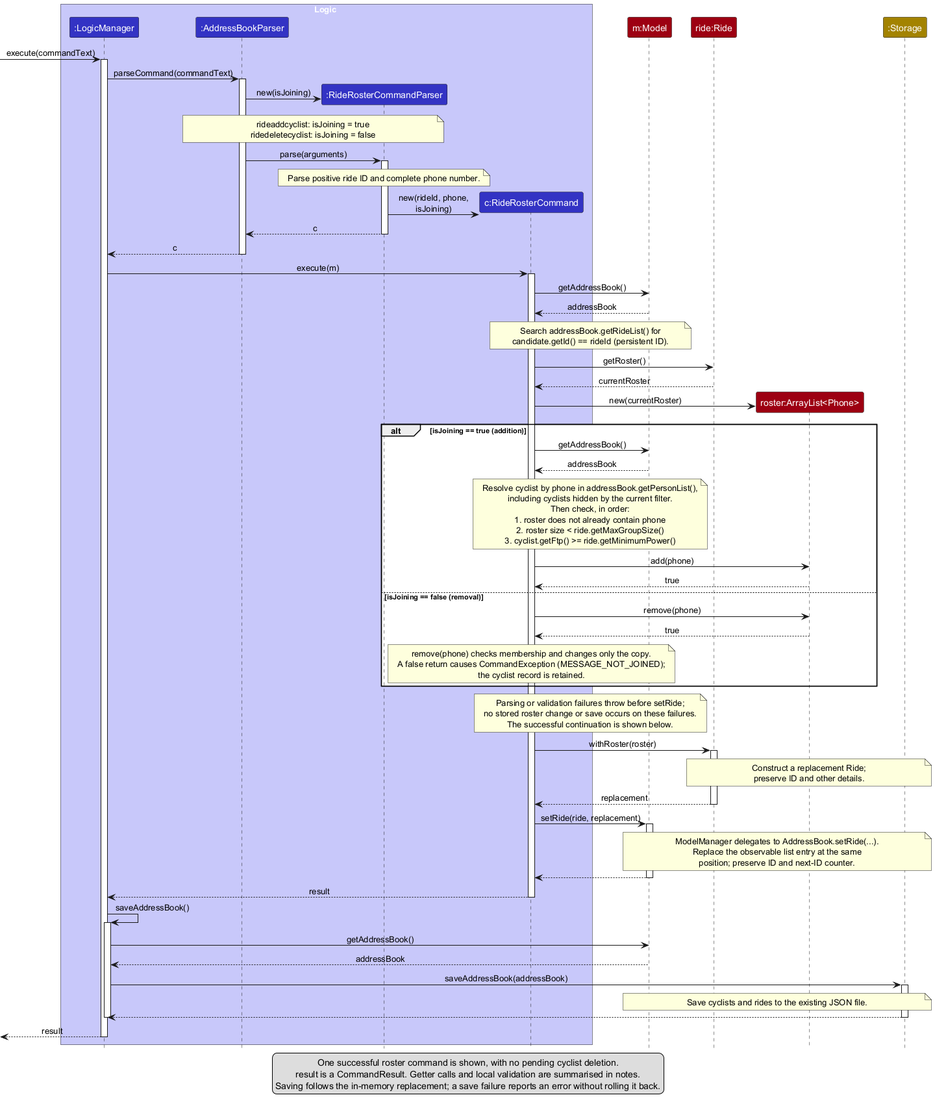
Above: docs/images/RideRosterSequenceDiagram.png in AY2627S1-CS2103T-W11-1/tp (PlantUML), before the change.
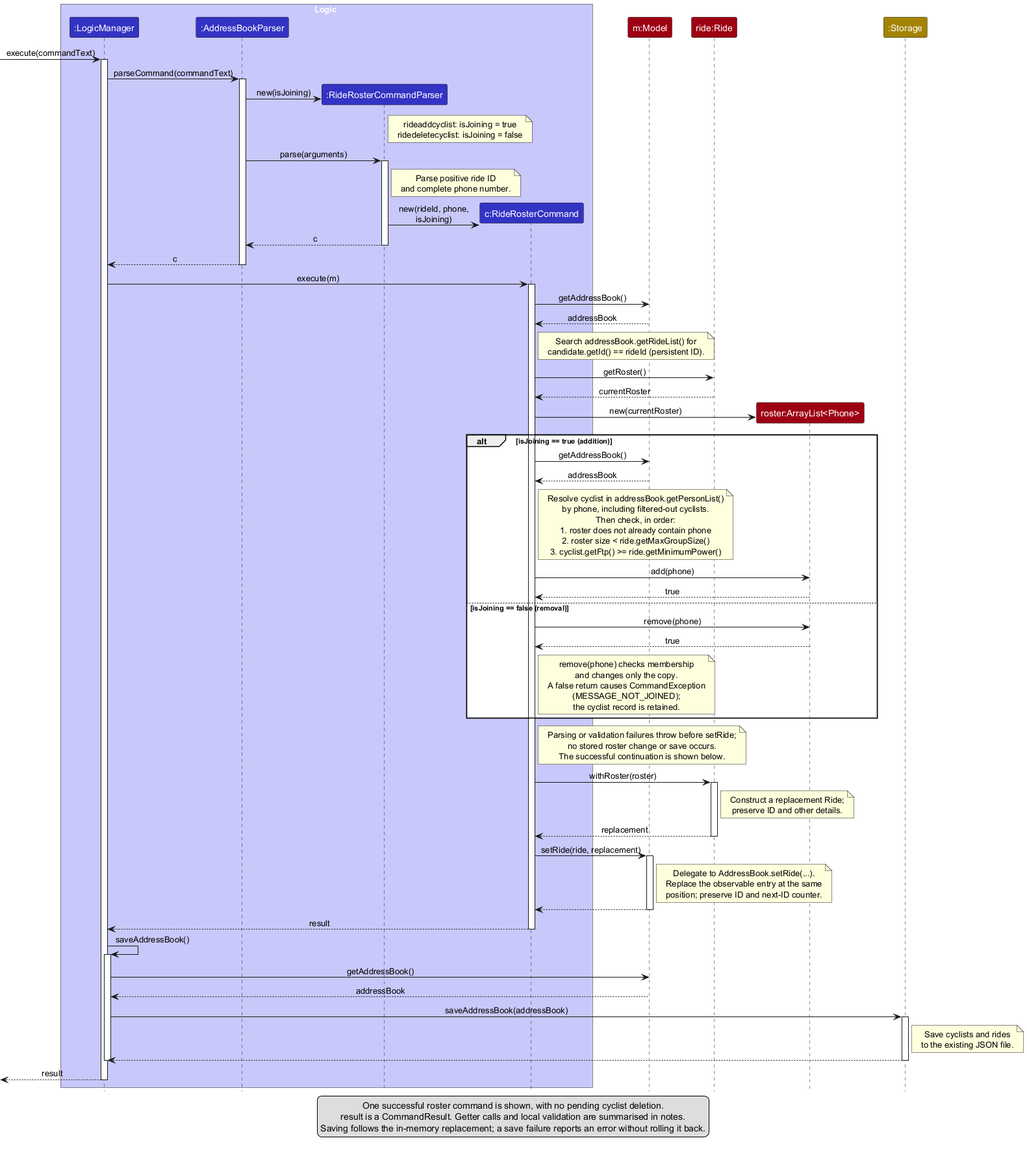
The same diagram one commit later.

Commit message:
Move roster diagram notes beside lifelines

Notes overlap activation bars and obscure the sequence diagram.

Place notes beside the relevant lifelines and shorten their lines
so the execution bars remain visible. Regenerate the diagram image.

Diff of the diagram source:
```diff
@@ -21,13 +21,13 @@
 activate Parser
 create RosterParser
 Parser -> RosterParser : new(isJoining)
-note over Parser, RosterParser
+note right of RosterParser
   rideaddcyclist: isJoining = true
   ridedeletecyclist: isJoining = false
 end note
 Parser -> RosterParser : parse(arguments)
 activate RosterParser
-note over RosterParser : Parse positive ride ID and complete phone number.
+note right of RosterParser : Parse positive ride ID\nand complete phone number.
 create Command
 RosterParser -> Command : new(rideId, phone, isJoining)
 RosterParser --> Parser : c
@@ -39,7 +39,7 @@
 activate Command
 Command -> Model : getAddressBook()
 Model --> Command : addressBook
-note over Command, Model
+note right of Command
   Search addressBook.getRideList() for
   candidate.getId() == rideId (persistent ID).
 end note
@@ -51,9 +51,9 @@
 alt isJoining == true (addition)
     Command -> Model : getAddressBook()
     Model --> Command : addressBook
-    note over Command, Model
-      Resolve cyclist by phone in addressBook.getPersonList(),
-      including cyclists hidden by the current filter.
+    note right of Command
+      Resolve cyclist in addressBook.getPersonList()
+      by phone, including filtered-out cyclists.
       Then check, in order:
       1. roster does not already contain phone
       2. roster size < ride.getMaxGroupSize()
@@ -64,28 +64,30 @@
 else isJoining == false (removal)
     Command -> Roster : remove(phone)
     Roster --> Command : true
-    note over Command
-      remove(phone) checks membership and changes only the copy.
-      A false return causes CommandException (MESSAGE_NOT_JOINED);
+    note right of Command
+      remove(phone) checks membership
+      and changes only the copy.
+      A false return causes CommandException
+      (MESSAGE_NOT_JOINED);
       the cyclist record is retained.
     end note
 end
 
-note over Command, Model
+note right of Command
   Parsing or validation failures throw before setRide;
-  no stored roster change or save occurs on these failures.
+  no stored roster change or save occurs.
   The successful continuation is shown below.
 end note
 Command -> Ride : withRoster(roster)
 activate Ride
-note over Ride, Storage : Construct a replacement Ride;\npreserve ID and other details.
+note right of Ride : Construct a replacement Ride;\npreserve ID and other details.
 Ride --> Command : replacement
 deactivate Ride
 Command -> Model : setRide(ride, replacement)
 activate Model
-note over Model, Storage
-  ModelManager delegates to AddressBook.setRide(...).
-  Replace the observable list entry at the same
+note right of Model
+  Delegate to AddressBook.setRide(...).
+  Replace the observable entry at the same
   position; preserve ID and next-ID counter.
 end note
 Model --> Command
@@ -98,7 +100,7 @@
 Model --> Logic : addressBook
 Logic -> Storage : saveAddressBook(addressBook)
 activate Storage
-note over Model, Storage : Save cyclists and rides to the existing JSON file.
+note right of Storage : Save cyclists and rides\nto the existing JSON file.
 Storage --> Logic
 deactivate Storage
 deactivate Logic
```
